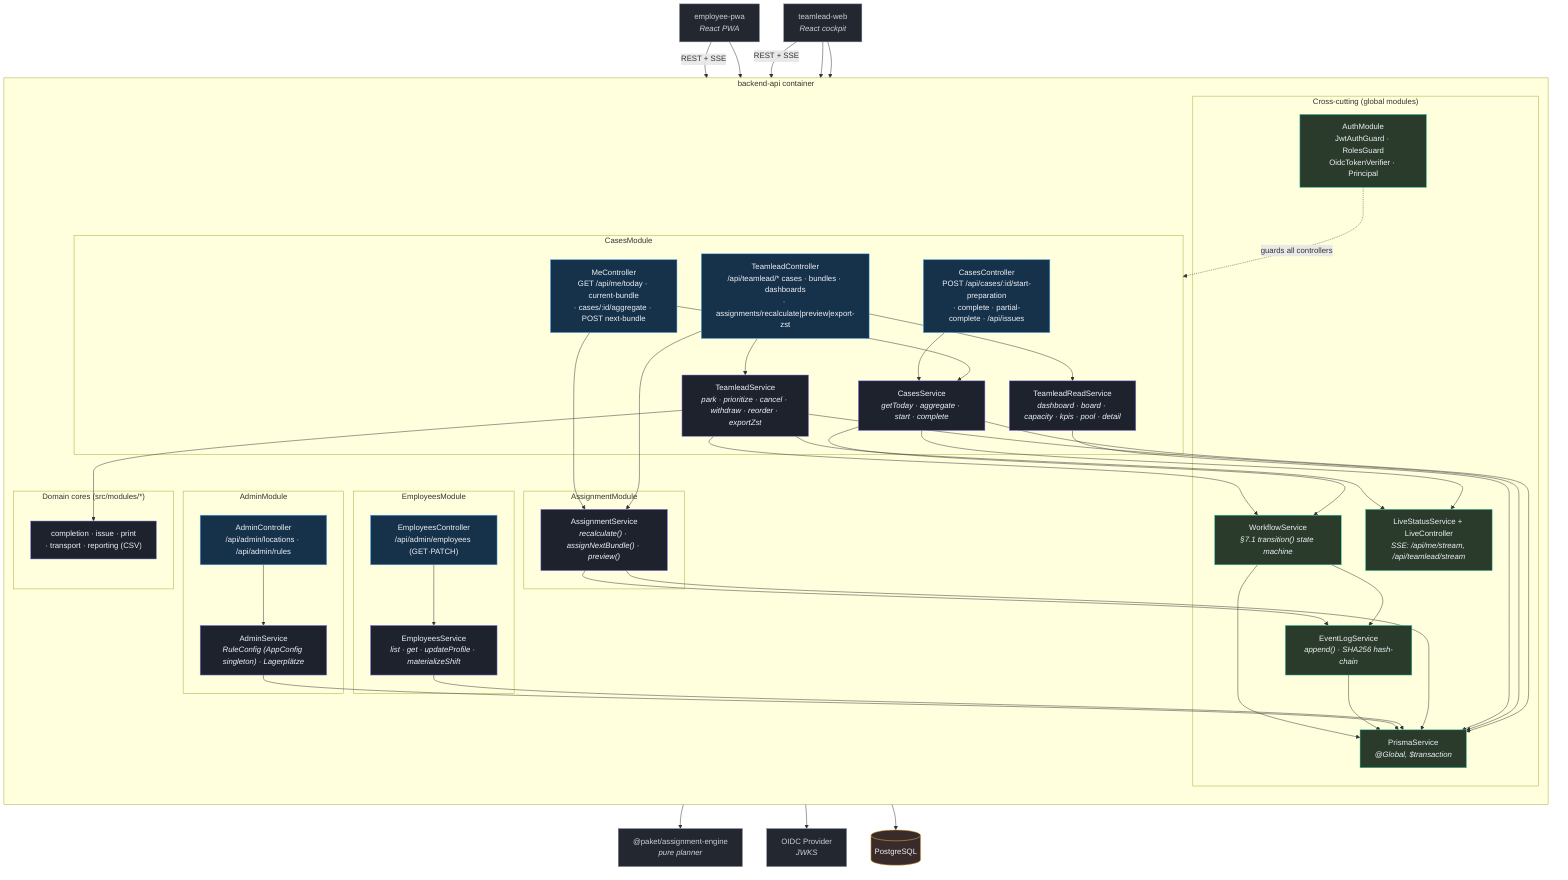
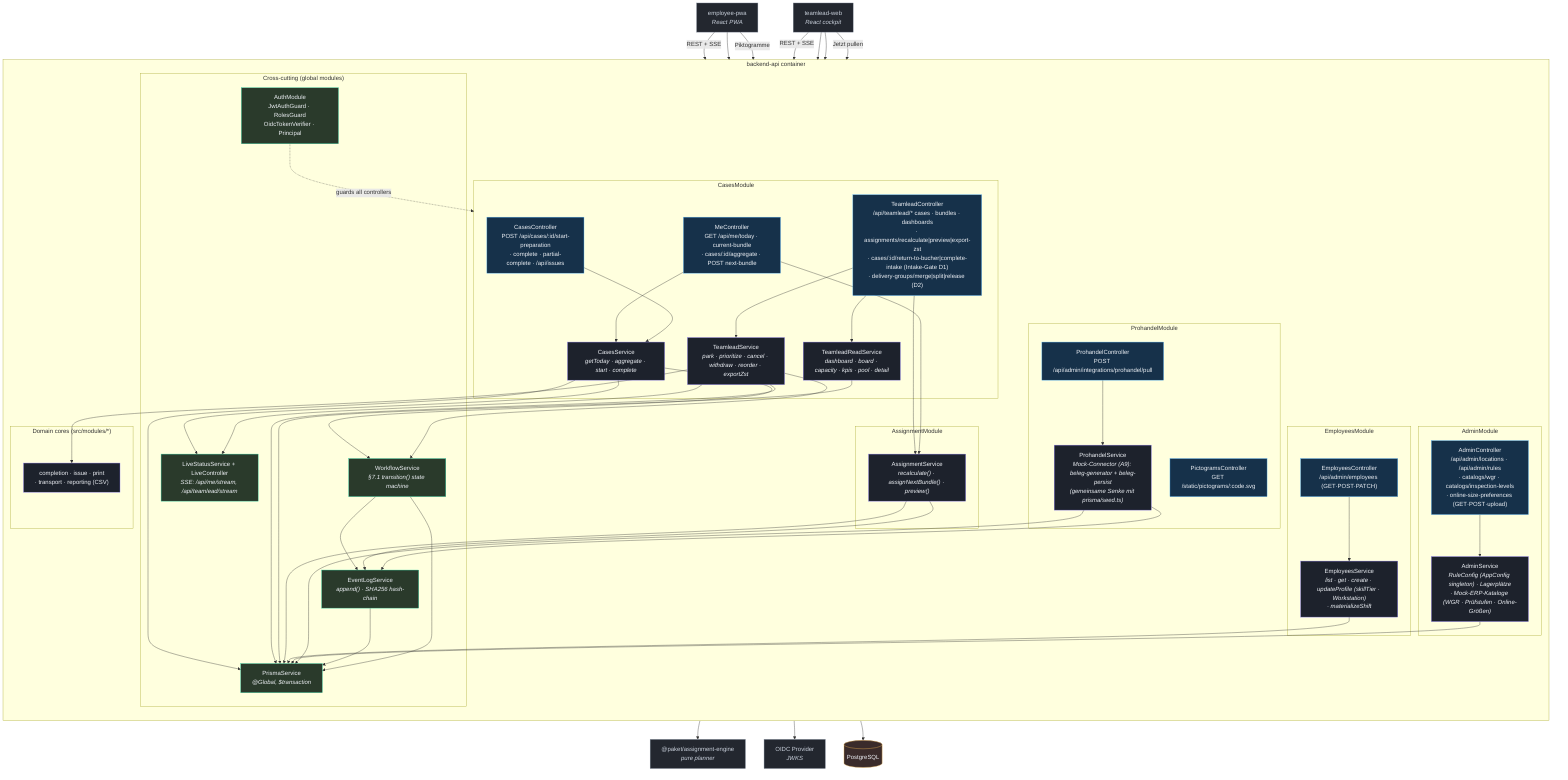
%% C4 Level 3 — Components: backend-api (NestJS on Fastify)
%% Verified against apps/backend-api/src/* (app.module.ts, cases/, assignment/, employees/,
- %% admin/, workflow/, events/, live/, auth/, prisma/, health/, openapi/).
+ %% admin/, prohandel/, workflow/, events/, live/, auth/, prisma/, health/, openapi/).
flowchart TB
    classDef ctrl fill:#16314a,stroke:#56b6ff,color:#eef1f6;
    classDef svc fill:#1d222c,stroke:#8b7cf6,color:#eef1f6;
    classDef cross fill:#2a3a2b,stroke:#2dd4a7,color:#eef1f6;
    classDef ext fill:#23272f,stroke:#7c8696,color:#cbd2dd;
    classDef store fill:#3a2b2b,stroke:#f5b955,color:#eef1f6;

    pwa["employee-pwa<br/><i>React PWA</i>"]:::ext
    web["teamlead-web<br/><i>React cockpit</i>"]:::ext
    oidc["OIDC Provider<br/><i>JWKS</i>"]:::ext
    db[("PostgreSQL")]:::store
    enginePkg["@paket/assignment-engine<br/><i>pure planner</i>"]:::ext

    subgraph api["backend-api container"]
        direction TB

        subgraph crosscut["Cross-cutting (global modules)"]
            auth["AuthModule<br/>JwtAuthGuard · RolesGuard<br/>OidcTokenVerifier · Principal"]:::cross
            prisma["PrismaService<br/><i>@Global, $transaction</i>"]:::cross
            events["EventLogService<br/><i>append() · SHA256 hash-chain</i>"]:::cross
            workflow["WorkflowService<br/><i>§7.1 transition() state machine</i>"]:::cross
            live["LiveStatusService + LiveController<br/><i>SSE: /api/me/stream, /api/teamlead/stream</i>"]:::cross
        end

        subgraph cases["CasesModule"]
            meCtrl["MeController<br/>GET /api/me/today · current-bundle<br/>· cases/:id/aggregate · POST next-bundle"]:::ctrl
            casesCtrl["CasesController<br/>POST /api/cases/:id/start-preparation<br/>· complete · partial-complete · /api/issues"]:::ctrl
-             tlCtrl["TeamleadController<br/>/api/teamlead/* cases · bundles · dashboards<br/>· assignments/recalculate|preview|export-zst"]:::ctrl
+             tlCtrl["TeamleadController<br/>/api/teamlead/* cases · bundles · dashboards<br/>· assignments/recalculate|preview|export-zst<br/>· cases/:id/return-to-bucher|complete-intake (Intake-Gate D1)<br/>· delivery-groups/merge|split|release (D2)"]:::ctrl
            casesSvc["CasesService<br/><i>getToday · aggregate · start · complete</i>"]:::svc
            tlSvc["TeamleadService<br/><i>park · prioritize · cancel · withdraw · reorder · exportZst</i>"]:::svc
            tlRead["TeamleadReadService<br/><i>dashboard · board · capacity · kpis · pool · detail</i>"]:::svc
        end

        subgraph assignment["AssignmentModule"]
            asgSvc["AssignmentService<br/><i>recalculate() · assignNextBundle() · preview()</i>"]:::svc
        end

        subgraph empl["EmployeesModule"]
-             emplCtrl["EmployeesController<br/>/api/admin/employees (GET·PATCH)"]:::ctrl
-             emplSvc["EmployeesService<br/><i>list · get · updateProfile · materializeShift</i>"]:::svc
+             emplCtrl["EmployeesController<br/>/api/admin/employees (GET·POST·PATCH)"]:::ctrl
+             emplSvc["EmployeesService<br/><i>list · get · create · updateProfile (skillTier · Workstation)<br/>· materializeShift</i>"]:::svc
        end

        subgraph adminMod["AdminModule"]
-             adminCtrl["AdminController<br/>/api/admin/locations · /api/admin/rules"]:::ctrl
-             adminSvc["AdminService<br/><i>RuleConfig (AppConfig singleton) · Lagerplätze</i>"]:::svc
+             adminCtrl["AdminController<br/>/api/admin/locations · /api/admin/rules<br/>· catalogs/wgr · catalogs/inspection-levels<br/>· online-size-preferences (GET·POST·upload)"]:::ctrl
+             adminSvc["AdminService<br/><i>RuleConfig (AppConfig singleton) · Lagerplätze<br/>· Mock-ERP-Kataloge (WGR · Prüfstufen · Online-Größen)</i>"]:::svc
+         end
+ 
+         subgraph prohandel["ProhandelModule"]
+             phCtrl["ProhandelController<br/>POST /api/admin/integrations/prohandel/pull"]:::ctrl
+             pictoCtrl["PictogramsController<br/>GET /static/pictograms/:code.svg"]:::ctrl
+             phSvc["ProhandelService<br/><i>Mock-Connector (A9): beleg-generator + beleg-persist<br/>(gemeinsame Senke mit prisma/seed.ts)</i>"]:::svc
        end

        subgraph dom["Domain cores (src/modules/*)"]
            mods["completion · issue · print<br/>· transport · reporting (CSV)"]:::svc
        end
    end

    pwa -->|"REST + SSE"| meCtrl
    pwa --> casesCtrl
+     pwa -->|"Piktogramme"| pictoCtrl
    web -->|"REST + SSE"| tlCtrl
    web --> emplCtrl
    web --> adminCtrl
+     web -->|"Jetzt pullen"| phCtrl

    meCtrl --> casesSvc
    casesCtrl --> casesSvc
    tlCtrl --> tlSvc
    tlCtrl --> tlRead
    tlCtrl --> asgSvc
    meCtrl --> asgSvc
    emplCtrl --> emplSvc
    adminCtrl --> adminSvc
+     phCtrl --> phSvc

    casesSvc --> workflow
    tlSvc --> workflow
    workflow --> events
    casesSvc --> live
    tlSvc --> live
    asgSvc --> enginePkg
    asgSvc --> events
+     phSvc --> events
    tlSvc --> mods

    auth -. "guards all controllers" .-> cases
    auth --> oidc
    casesSvc --> prisma
    tlSvc --> prisma
    tlRead --> prisma
    asgSvc --> prisma
    emplSvc --> prisma
    adminSvc --> prisma
+     phSvc --> prisma
    events --> prisma
    workflow --> prisma
    prisma --> db
